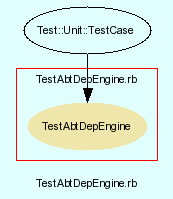
The Graphviz diagram src/trunk/doc/dot/f_9.png in eschabell/abtlinux, before a commit. Its source is kept beside it as src/trunk/doc/dot/f_9.dot.
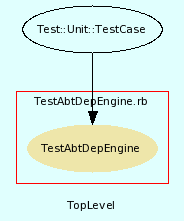
Later version of the same file.

Diff of the diagram source:
```diff
@@ -3,7 +3,7 @@
     bgcolor = lightcyan1
     fontname = Arial
     fontsize = 8
-    label = "TestAbtDepEngine.rb"
+    label = "TopLevel"
     node [
         fontname = Arial,
         fontsize = 8,
```
